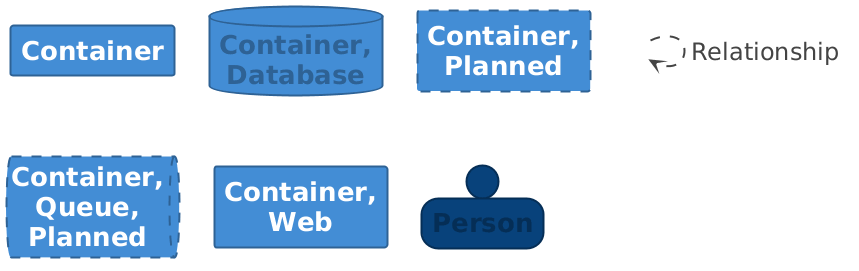
The PlantUML diagram documentation/c4/images/structurizr-HoldExpiry-key.png in raphaelkwek/event-planning-and-venue-booking-system, before a commit.
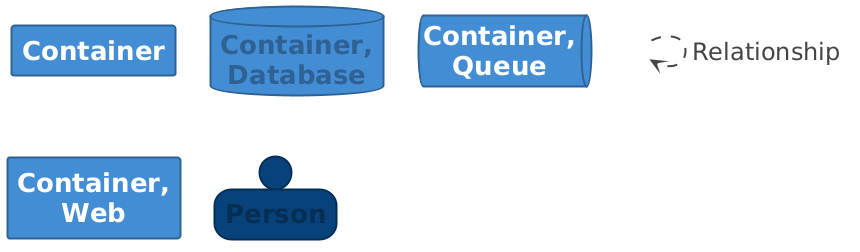
The same file after the commit.

What changed in the source:
```diff
@@ -32,23 +32,11 @@
     Shadowing: 0;
     MaximumWidth: 200;
   }
-  // Element,Container,Planned
-  .Element-RWxlbWVudCxDb250YWluZXIsUGxhbm5lZA== {
+  // Element,Container,Queue
+  .Element-RWxlbWVudCxDb250YWluZXIsUXVldWU= {
     BackgroundColor: #438dd5;
     LineColor: #2e6295;
-    LineStyle: 10-10;
-    LineThickness: 2;
-    FontColor: #ffffff;
-    FontSize: 24;
-    HorizontalAlignment: center;
-    Shadowing: 0;
-    MaximumWidth: 200;
-  }
-  // Element,Container,Queue,Planned
-  .Element-RWxlbWVudCxDb250YWluZXIsUXVldWUsUGxhbm5lZA== {
-    BackgroundColor: #438dd5;
-    LineColor: #2e6295;
-    LineStyle: 10-10;
+    LineStyle: 0;
     LineThickness: 2;
     FontColor: #ffffff;
     FontSize: 24;
@@ -112,9 +100,7 @@
 
 database "==Container, Database" <<Element-RWxlbWVudCxDb250YWluZXIsRGF0YWJhc2U=>>
 
-rectangle "==Container, Planned" <<Element-RWxlbWVudCxDb250YWluZXIsUGxhbm5lZA==>>
-
-queue "==Container, Queue, Planned" <<Element-RWxlbWVudCxDb250YWluZXIsUXVldWUsUGxhbm5lZA==>>
+queue "==Container, Queue" <<Element-RWxlbWVudCxDb250YWluZXIsUXVldWU=>>
 
 rectangle "==Container, Web" <<Element-RWxlbWVudCxDb250YWluZXIsV2Vi>>
 
```
